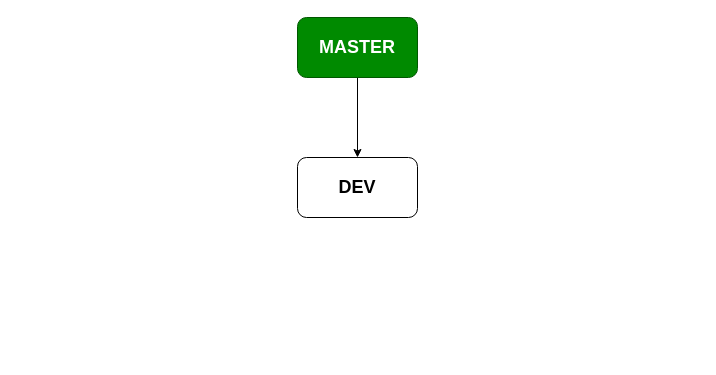
Before: git.drawio in cdtello/testG104, a draw.io diagram. Source tidied: cells renumbered, new cells numbered last; positions are measured from the earlier drawing's top-left corner, leaving out a move shared by most shapes. Both pictures are drawn from the tidied source at 100%, with x=0, y=0 at pixel (297, 17).
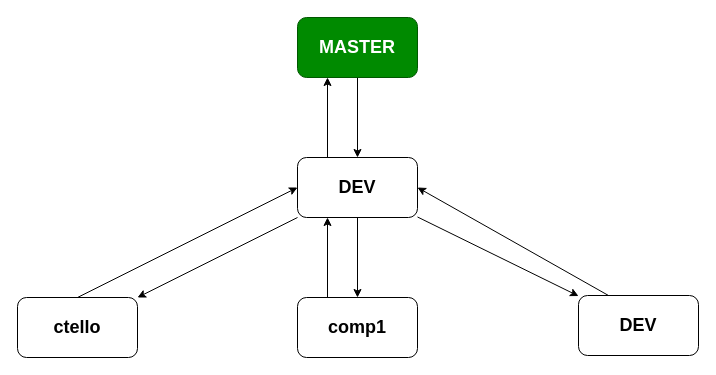
Above is the later version.

Change to the diagram source:
```diff
@@
 <mxGraphModel>
   <root>
     <mxCell id="0" />
     <mxCell id="1" parent="0" />
     <mxCell id="2" style="edgeStyle=none;html=1;fontSize=18;" parent="1" edge="1" source="3" target="4">
       <mxGeometry relative="1" as="geometry" />
     </mxCell>
     <mxCell id="3" value="&lt;b&gt;&lt;font style=&quot;font-size: 18px&quot;&gt;MASTER&lt;/font&gt;&lt;/b&gt;" style="rounded=1;whiteSpace=wrap;html=1;fillColor=#008a00;fontColor=#ffffff;strokeColor=#005700;" parent="1" vertex="1">
       <mxGeometry width="120" height="60" as="geometry" />
     </mxCell>
+    <mxCell id="5" style="edgeStyle=none;html=1;" parent="1" edge="1" source="4" target="10">
+      <mxGeometry relative="1" as="geometry" />
+    </mxCell>
+    <mxCell id="6" style="edgeStyle=none;html=1;" parent="1" edge="1" source="4" target="12">
+      <mxGeometry relative="1" as="geometry" />
+    </mxCell>
+    <mxCell id="7" style="edgeStyle=none;html=1;" parent="1" edge="1" source="4" target="14">
+      <mxGeometry relative="1" as="geometry" />
+    </mxCell>
+    <mxCell id="8" style="edgeStyle=none;html=1;exitX=0.25;exitY=0;exitDx=0;exitDy=0;entryX=0.25;entryY=1;entryDx=0;entryDy=0;" parent="1" edge="1" source="4" target="3">
+      <mxGeometry relative="1" as="geometry" />
+    </mxCell>
     <mxCell id="4" value="&lt;b&gt;&lt;font style=&quot;font-size: 18px&quot;&gt;DEV&lt;/font&gt;&lt;/b&gt;" style="rounded=1;whiteSpace=wrap;html=1;" parent="1" vertex="1">
       <mxGeometry y="140" width="120" height="60" as="geometry" />
     </mxCell>
+    <mxCell id="9" style="edgeStyle=none;html=1;exitX=0.5;exitY=0;exitDx=0;exitDy=0;entryX=0;entryY=0.5;entryDx=0;entryDy=0;" parent="1" edge="1" source="10" target="4">
+      <mxGeometry relative="1" as="geometry" />
+    </mxCell>
+    <mxCell id="10" value="&lt;b&gt;&lt;font style=&quot;font-size: 18px&quot;&gt;ctello&lt;/font&gt;&lt;/b&gt;" style="rounded=1;whiteSpace=wrap;html=1;" parent="1" vertex="1">
+      <mxGeometry x="-280" y="280" width="120" height="60" as="geometry" />
+    </mxCell>
+    <mxCell id="11" style="edgeStyle=none;html=1;exitX=0.25;exitY=0;exitDx=0;exitDy=0;entryX=0.25;entryY=1;entryDx=0;entryDy=0;" parent="1" edge="1" source="12" target="4">
+      <mxGeometry relative="1" as="geometry" />
+    </mxCell>
+    <mxCell id="12" value="&lt;b&gt;&lt;font style=&quot;font-size: 18px&quot;&gt;comp1&lt;/font&gt;&lt;/b&gt;" style="rounded=1;whiteSpace=wrap;html=1;" parent="1" vertex="1">
+      <mxGeometry y="280" width="120" height="60" as="geometry" />
+    </mxCell>
+    <mxCell id="13" style="edgeStyle=none;html=1;exitX=0.25;exitY=0;exitDx=0;exitDy=0;entryX=1;entryY=0.5;entryDx=0;entryDy=0;" parent="1" edge="1" source="14" target="4">
+      <mxGeometry relative="1" as="geometry" />
+    </mxCell>
+    <mxCell id="14" value="&lt;b&gt;&lt;font style=&quot;font-size: 18px&quot;&gt;DEV&lt;/font&gt;&lt;/b&gt;" style="rounded=1;whiteSpace=wrap;html=1;" parent="1" vertex="1">
+      <mxGeometry x="281" y="278" width="120" height="60" as="geometry" />
+    </mxCell>
   </root>
 </mxGraphModel>
```
